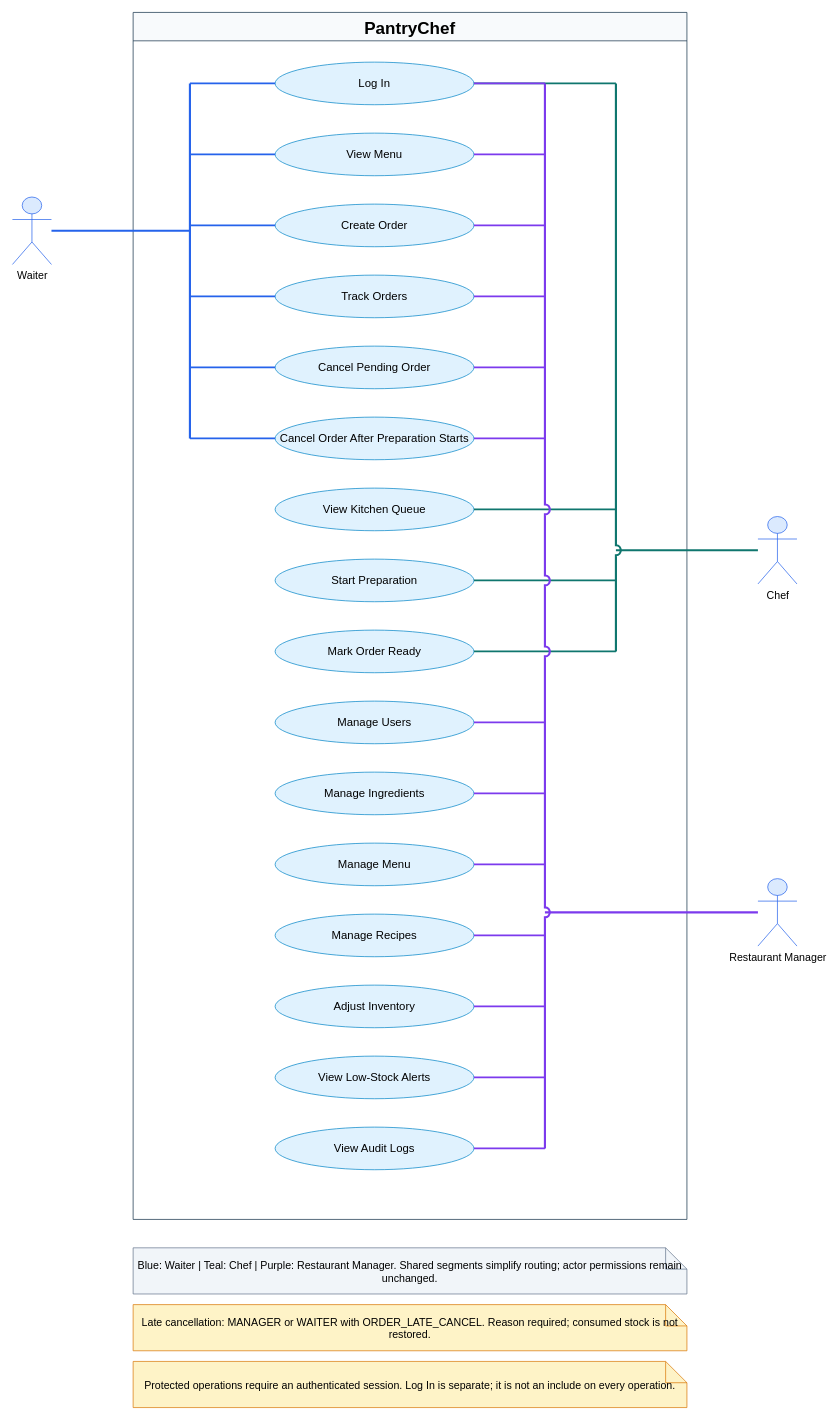
This is page "1 - Use Case" (1 of 4) of docs/architecture/uml/PantryChef_UML_SEQUENCE_STATE_CLASS.drawio from seng321-7th-team/PantryChef, a draw.io file, before an edit. Source tidied: cells renumbered, new cells numbered last; positions are measured from the earlier drawing's top-left corner, leaving out a move shared by most shapes. Both pictures are drawn from the tidied source at 71%, with x=0, y=0 at pixel (12, 12).
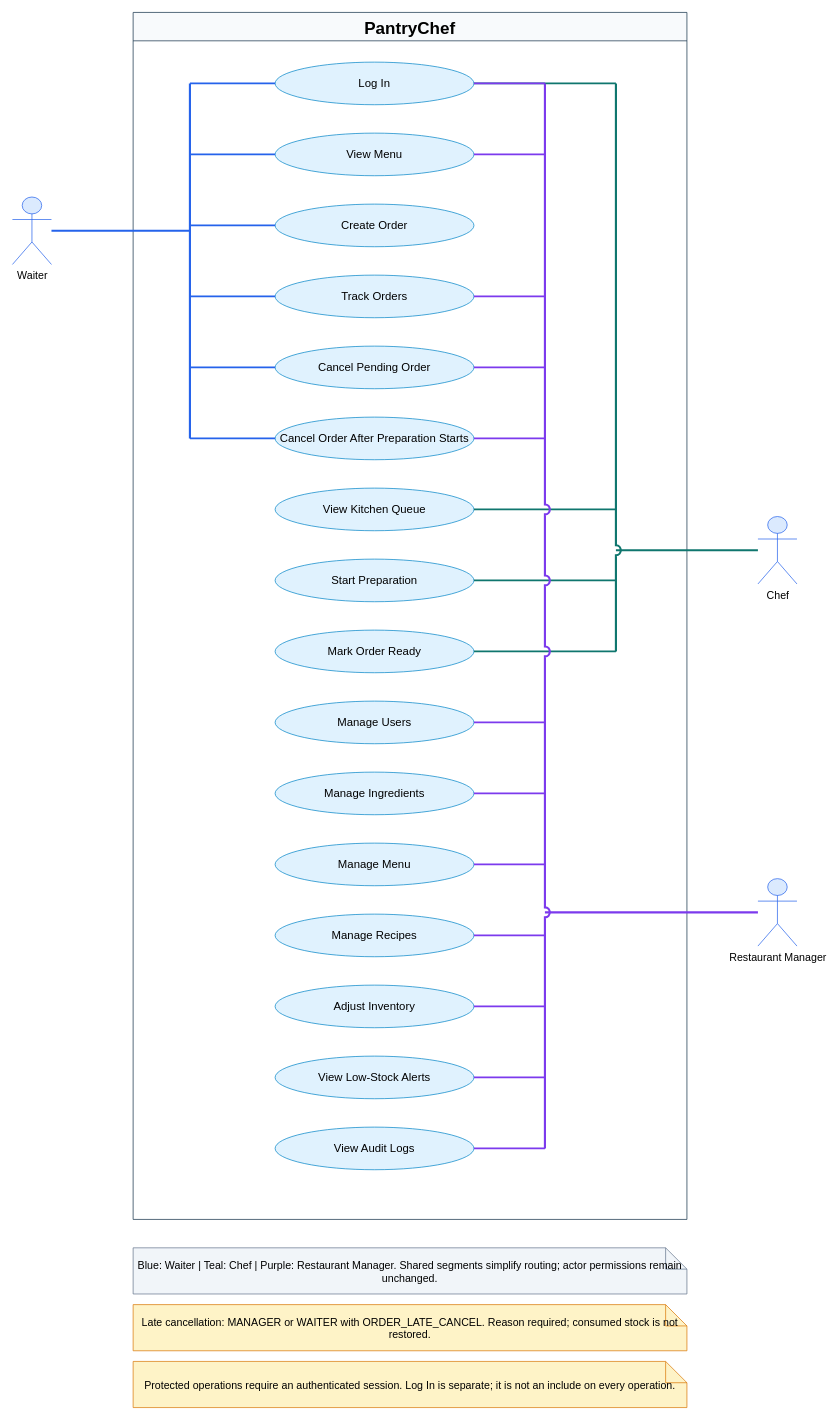
After the change.

What changed in the source:
```diff
@@
-    <mxCell id="43" style="endArrow=none;startArrow=none;strokeColor=#7c3aed;strokeWidth=2.5;jumpStyle=arc;jumpSize=10;" parent="1" edge="1">
-      <mxGeometry relative="1" as="geometry">
-        <mxPoint x="750" y="300" as="sourcePoint" />
-        <mxPoint x="650" y="300" as="targetPoint" />
-      </mxGeometry>
-    </mxCell>
```
